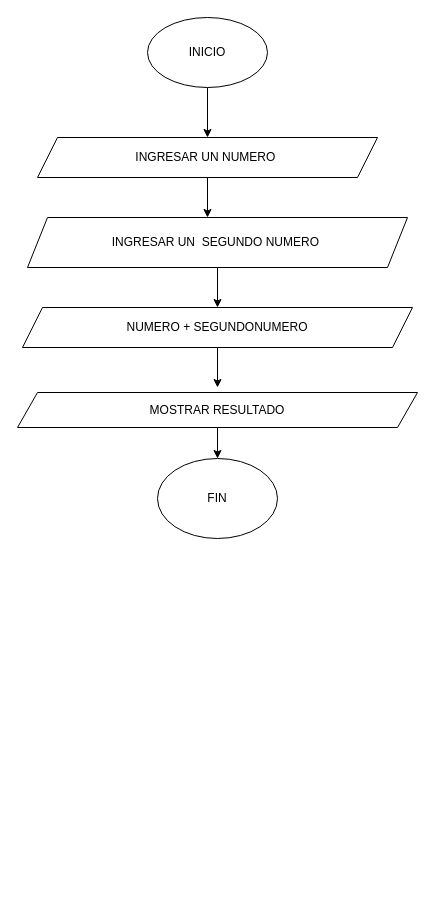
Biancadmsa/Uso-de-variables-y-operadores-aritm-ticos keeps this draw.io diagram as diagrama.drawio. Above is the earlier version. Source tidied: cells renumbered, new cells numbered last; positions are measured from the earlier drawing's top-left corner, leaving out a move shared by most shapes. Both pictures are drawn from the tidied source at 100%, with x=0, y=0 at pixel (17, 17).
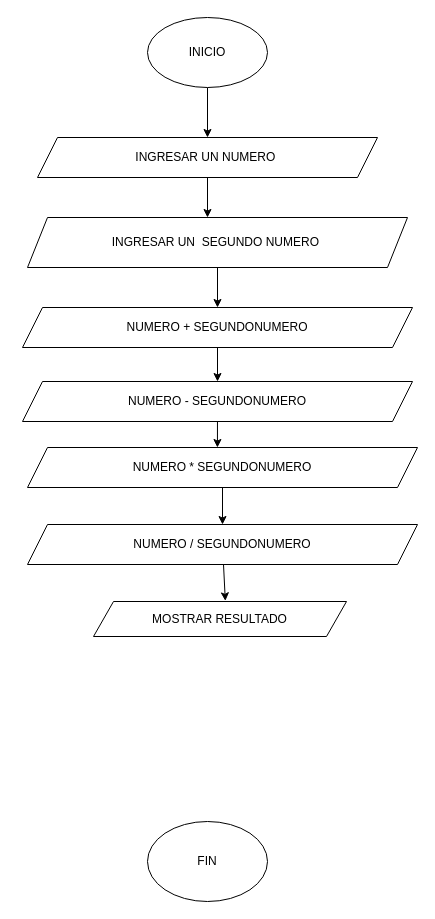
The same page after the edit.

The change refers to these unchanged cells:
```xml
<mxCell id="9" value="NUMERO + SEGUNDONUMERO" style="shape=parallelogram;perimeter=parallelogramPerimeter;whiteSpace=wrap;html=1;fixedSize=1;" parent="1" vertex="1">
  <mxGeometry x="5" y="290" width="390" height="40" as="geometry" />
</mxCell>
```

The edit, as a diff of the source:
```diff
@@
-    <mxCell id="8" style="edgeStyle=none;html=1;" parent="1" edge="1" source="9">
+    <mxCell id="8" style="edgeStyle=none;html=1;startArrow=none;" parent="1" edge="1" source="19">
       <mxGeometry relative="1" as="geometry">
         <mxPoint x="200" y="370" as="targetPoint" />
       </mxGeometry>
     </mxCell>
+    <mxCell id="13" style="edgeStyle=none;html=1;" parent="1" edge="1" source="9" target="19">
+      <mxGeometry relative="1" as="geometry" />
+    </mxCell>
@@
-    <mxCell id="10" style="edgeStyle=none;html=1;" parent="1" edge="1" source="11">
-      <mxGeometry relative="1" as="geometry">
-        <mxPoint x="200" y="441" as="targetPoint" />
-      </mxGeometry>
-    </mxCell>
     <mxCell id="11" value="MOSTRAR RESULTADO" style="shape=parallelogram;perimeter=parallelogramPerimeter;whiteSpace=wrap;html=1;fixedSize=1;" parent="1" vertex="1">
-      <mxGeometry y="375" width="400" height="35" as="geometry" />
+      <mxGeometry x="76" y="584" width="253" height="35" as="geometry" />
     </mxCell>
     <mxCell id="12" value="FIN" style="ellipse;whiteSpace=wrap;html=1;" parent="1" vertex="1">
-      <mxGeometry x="140" y="441" width="120" height="80" as="geometry" />
+      <mxGeometry x="130" y="804" width="120" height="80" as="geometry" />
     </mxCell>
+    <mxCell id="14" style="edgeStyle=none;html=1;" parent="1" edge="1" source="15" target="17">
+      <mxGeometry relative="1" as="geometry" />
+    </mxCell>
+    <mxCell id="15" value="NUMERO * SEGUNDONUMERO" style="shape=parallelogram;perimeter=parallelogramPerimeter;whiteSpace=wrap;html=1;fixedSize=1;" parent="1" vertex="1">
+      <mxGeometry x="10" y="430" width="390" height="40" as="geometry" />
+    </mxCell>
+    <mxCell id="16" style="edgeStyle=none;html=1;entryX=0.521;entryY=-0.019;entryDx=0;entryDy=0;entryPerimeter=0;" parent="1" edge="1" source="17" target="11">
+      <mxGeometry relative="1" as="geometry" />
+    </mxCell>
+    <mxCell id="17" value="NUMERO / SEGUNDONUMERO" style="shape=parallelogram;perimeter=parallelogramPerimeter;whiteSpace=wrap;html=1;fixedSize=1;" parent="1" vertex="1">
+      <mxGeometry x="10" y="507" width="390" height="40" as="geometry" />
+    </mxCell>
+    <mxCell id="18" style="edgeStyle=none;html=1;entryX=0.487;entryY=0;entryDx=0;entryDy=0;entryPerimeter=0;" parent="1" edge="1" source="19" target="15">
+      <mxGeometry relative="1" as="geometry" />
+    </mxCell>
+    <mxCell id="19" value="NUMERO - SEGUNDONUMERO" style="shape=parallelogram;perimeter=parallelogramPerimeter;whiteSpace=wrap;html=1;fixedSize=1;" parent="1" vertex="1">
+      <mxGeometry x="5" y="364" width="390" height="40" as="geometry" />
+    </mxCell>
```
